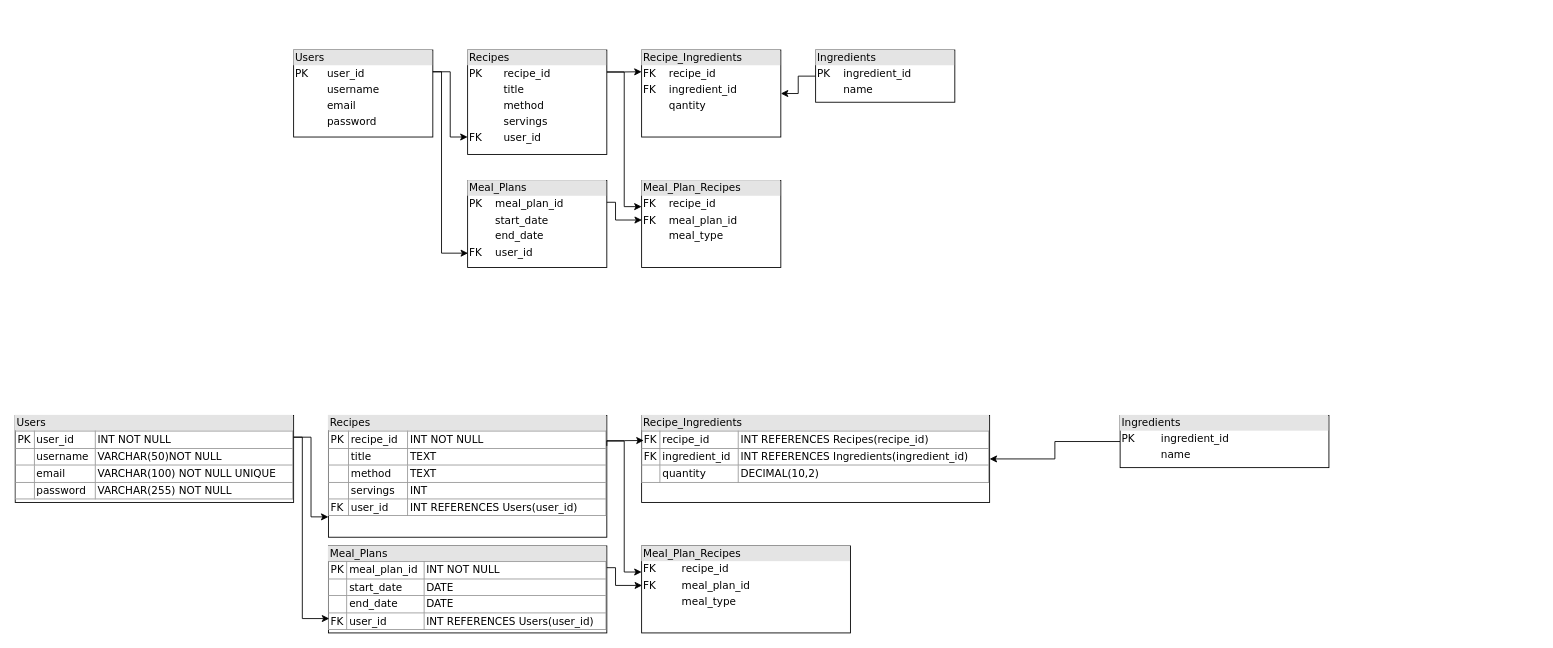
This is _documentation/MealPlanner.drawio from dmcneill15/IOD-Capstone-MealPlanner, a draw.io file, before an edit. Source tidied: cells renumbered, new cells numbered last; positions are measured from the earlier drawing's top-left corner, leaving out a move shared by most shapes. Both pictures are drawn from the tidied source at 87%, with x=0, y=0 at pixel (15, 50).
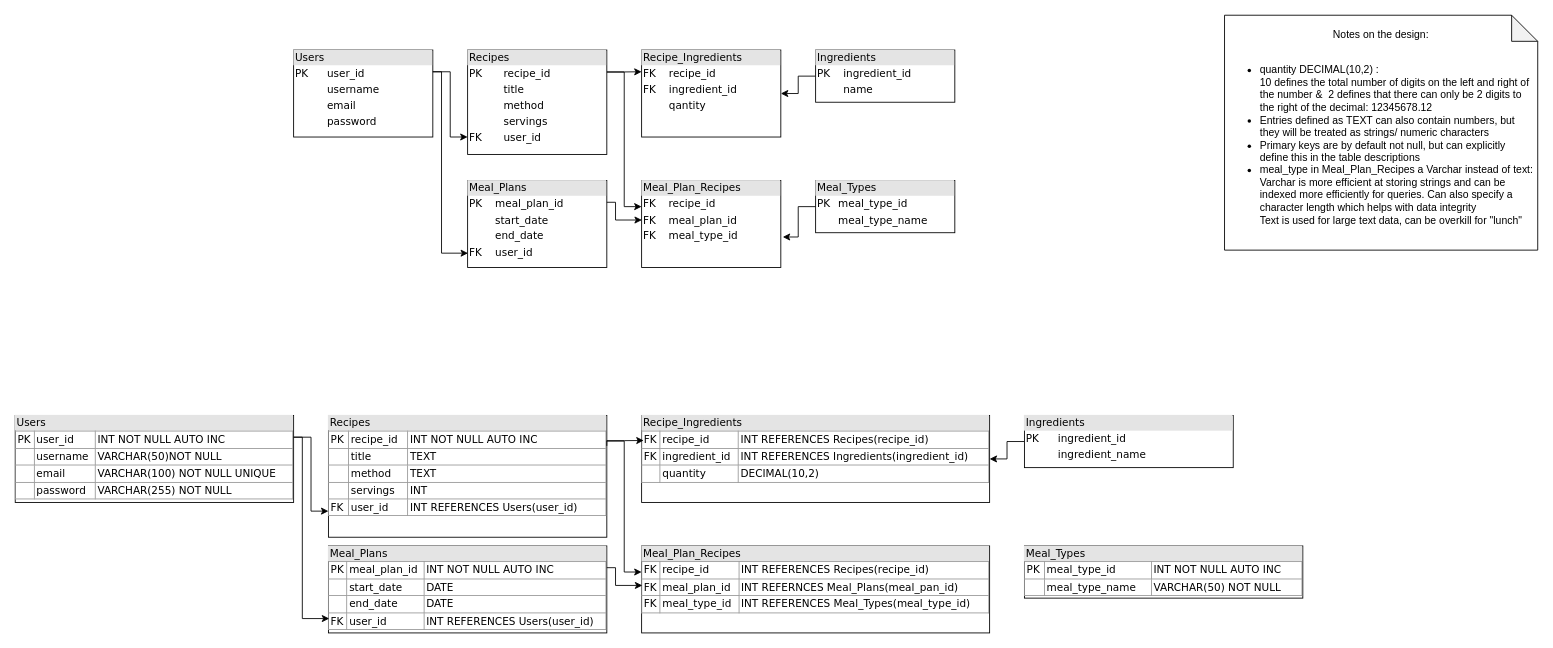
After the change.

Change to the diagram source:
```diff
@@
-    <mxCell id="10" value="&lt;div style=&quot;box-sizing: border-box ; width: 100% ; background: #e4e4e4 ; padding: 2px&quot;&gt;Meal_Plan_Recipes&lt;/div&gt;&lt;table style=&quot;width: 100% ; font-size: 1em&quot; cellpadding=&quot;2&quot; cellspacing=&quot;0&quot;&gt;&lt;tbody&gt;&lt;tr&gt;&lt;td&gt;FK&lt;/td&gt;&lt;td&gt;recipe_id&lt;/td&gt;&lt;/tr&gt;&lt;tr&gt;&lt;td&gt;FK&lt;/td&gt;&lt;td&gt;meal_plan_id&lt;/td&gt;&lt;/tr&gt;&lt;tr&gt;&lt;td&gt;&lt;br&gt;&lt;/td&gt;&lt;td&gt;meal_type&lt;/td&gt;&lt;/tr&gt;&lt;/tbody&gt;&lt;/table&gt;" style="verticalAlign=top;align=left;overflow=fill;html=1;rounded=0;shadow=0;comic=0;labelBackgroundColor=none;strokeWidth=1;fontFamily=Verdana;fontSize=12;" parent="1" vertex="1">
+    <mxCell id="10" value="&lt;div style=&quot;box-sizing: border-box ; width: 100% ; background: #e4e4e4 ; padding: 2px&quot;&gt;Meal_Plan_Recipes&lt;/div&gt;&lt;table style=&quot;width: 100% ; font-size: 1em&quot; cellpadding=&quot;2&quot; cellspacing=&quot;0&quot;&gt;&lt;tbody&gt;&lt;tr&gt;&lt;td&gt;FK&lt;/td&gt;&lt;td&gt;recipe_id&lt;/td&gt;&lt;/tr&gt;&lt;tr&gt;&lt;td&gt;FK&lt;/td&gt;&lt;td&gt;meal_plan_id&lt;/td&gt;&lt;/tr&gt;&lt;tr&gt;&lt;td&gt;FK&lt;/td&gt;&lt;td&gt;meal_type_id&lt;/td&gt;&lt;/tr&gt;&lt;/tbody&gt;&lt;/table&gt;" style="verticalAlign=top;align=left;overflow=fill;html=1;rounded=0;shadow=0;comic=0;labelBackgroundColor=none;strokeWidth=1;fontFamily=Verdana;fontSize=12;" parent="1" vertex="1">
       <mxGeometry x="720" y="150" width="160" height="100" as="geometry" />
     </mxCell>
@@
-    <mxCell id="14" value="&lt;div style=&quot;box-sizing: border-box ; width: 100% ; background: #e4e4e4 ; padding: 2px&quot;&gt;Users&lt;/div&gt;&lt;table border=&quot;1&quot; style=&quot;width: 100%; font-size: 1em; border: 1px solid rgb(153, 153, 153); border-collapse: collapse;&quot; cellpadding=&quot;2&quot; cellspacing=&quot;0&quot;&gt;&lt;tbody&gt;&lt;tr&gt;&lt;td&gt;PK&lt;/td&gt;&lt;td&gt;user_id&lt;/td&gt;&lt;td&gt;INT NOT NULL&lt;/td&gt;&lt;/tr&gt;&lt;tr&gt;&lt;td&gt;&lt;br&gt;&lt;/td&gt;&lt;td&gt;username&lt;/td&gt;&lt;td&gt;VARCHAR(50)NOT NULL&lt;/td&gt;&lt;/tr&gt;&lt;tr&gt;&lt;td&gt;&lt;/td&gt;&lt;td&gt;email&lt;/td&gt;&lt;td&gt;VARCHAR(100) NOT NULL UNIQUE&lt;/td&gt;&lt;/tr&gt;&lt;tr&gt;&lt;td&gt;&lt;br&gt;&lt;/td&gt;&lt;td&gt;password&lt;br&gt;&lt;/td&gt;&lt;td&gt;VARCHAR(255) NOT NULL&lt;/td&gt;&lt;/tr&gt;&lt;/tbody&gt;&lt;/table&gt;" style="verticalAlign=top;align=left;overflow=fill;html=1;rounded=0;shadow=0;comic=0;labelBackgroundColor=none;strokeWidth=1;fontFamily=Verdana;fontSize=12;" parent="1" vertex="1">
+    <mxCell id="14" value="&lt;div style=&quot;box-sizing: border-box ; width: 100% ; background: #e4e4e4 ; padding: 2px&quot;&gt;Users&lt;/div&gt;&lt;table border=&quot;1&quot; style=&quot;width: 100%; font-size: 1em; border: 1px solid rgb(153, 153, 153); border-collapse: collapse;&quot; cellpadding=&quot;2&quot; cellspacing=&quot;0&quot;&gt;&lt;tbody&gt;&lt;tr&gt;&lt;td&gt;PK&lt;/td&gt;&lt;td&gt;user_id&lt;/td&gt;&lt;td&gt;INT NOT NULL AUTO INC&lt;/td&gt;&lt;/tr&gt;&lt;tr&gt;&lt;td&gt;&lt;br&gt;&lt;/td&gt;&lt;td&gt;username&lt;/td&gt;&lt;td&gt;VARCHAR(50)NOT NULL&lt;/td&gt;&lt;/tr&gt;&lt;tr&gt;&lt;td&gt;&lt;/td&gt;&lt;td&gt;email&lt;/td&gt;&lt;td&gt;VARCHAR(100) NOT NULL UNIQUE&lt;/td&gt;&lt;/tr&gt;&lt;tr&gt;&lt;td&gt;&lt;br&gt;&lt;/td&gt;&lt;td&gt;password&lt;br&gt;&lt;/td&gt;&lt;td&gt;VARCHAR(255) NOT NULL&lt;/td&gt;&lt;/tr&gt;&lt;/tbody&gt;&lt;/table&gt;" style="verticalAlign=top;align=left;overflow=fill;html=1;rounded=0;shadow=0;comic=0;labelBackgroundColor=none;strokeWidth=1;fontFamily=Verdana;fontSize=12;" parent="1" vertex="1">
       <mxGeometry y="420" width="320" height="100" as="geometry" />
     </mxCell>
@@
-    <mxCell id="16" value="&lt;div style=&quot;box-sizing: border-box ; width: 100% ; background: #e4e4e4 ; padding: 2px&quot;&gt;Recipes&lt;/div&gt;&lt;table border=&quot;1&quot; style=&quot;width: 100%; font-size: 1em; border: 1px solid rgb(153, 153, 153); border-collapse: collapse;&quot; cellpadding=&quot;2&quot; cellspacing=&quot;0&quot;&gt;&lt;tbody&gt;&lt;tr&gt;&lt;td&gt;PK&lt;/td&gt;&lt;td&gt;recipe_id&lt;/td&gt;&lt;td&gt;INT NOT NULL&lt;/td&gt;&lt;/tr&gt;&lt;tr&gt;&lt;td&gt;&lt;br&gt;&lt;/td&gt;&lt;td&gt;title&lt;/td&gt;&lt;td&gt;TEXT&lt;/td&gt;&lt;/tr&gt;&lt;tr&gt;&lt;td&gt;&lt;/td&gt;&lt;td&gt;method&lt;/td&gt;&lt;td&gt;TEXT&lt;/td&gt;&lt;/tr&gt;&lt;tr&gt;&lt;td&gt;&lt;br&gt;&lt;/td&gt;&lt;td&gt;servings&lt;br&gt;&lt;/td&gt;&lt;td&gt;INT&lt;/td&gt;&lt;/tr&gt;&lt;tr&gt;&lt;td&gt;FK&lt;/td&gt;&lt;td&gt;user_id&lt;/td&gt;&lt;td&gt;INT REFERENCES Users(user_id)&lt;/td&gt;&lt;/tr&gt;&lt;/tbody&gt;&lt;/table&gt;" style="verticalAlign=top;align=left;overflow=fill;html=1;rounded=0;shadow=0;comic=0;labelBackgroundColor=none;strokeWidth=1;fontFamily=Verdana;fontSize=12;" parent="1" vertex="1">
+    <mxCell id="16" value="&lt;div style=&quot;box-sizing: border-box ; width: 100% ; background: #e4e4e4 ; padding: 2px&quot;&gt;Recipes&lt;/div&gt;&lt;table border=&quot;1&quot; style=&quot;width: 100%; font-size: 1em; border: 1px solid rgb(153, 153, 153); border-collapse: collapse;&quot; cellpadding=&quot;2&quot; cellspacing=&quot;0&quot;&gt;&lt;tbody&gt;&lt;tr&gt;&lt;td&gt;PK&lt;/td&gt;&lt;td&gt;recipe_id&lt;/td&gt;&lt;td&gt;INT NOT NULL AUTO INC&lt;/td&gt;&lt;/tr&gt;&lt;tr&gt;&lt;td&gt;&lt;br&gt;&lt;/td&gt;&lt;td&gt;title&lt;/td&gt;&lt;td&gt;TEXT&lt;/td&gt;&lt;/tr&gt;&lt;tr&gt;&lt;td&gt;&lt;/td&gt;&lt;td&gt;method&lt;/td&gt;&lt;td&gt;TEXT&lt;/td&gt;&lt;/tr&gt;&lt;tr&gt;&lt;td&gt;&lt;br&gt;&lt;/td&gt;&lt;td&gt;servings&lt;br&gt;&lt;/td&gt;&lt;td&gt;INT&lt;/td&gt;&lt;/tr&gt;&lt;tr&gt;&lt;td&gt;FK&lt;/td&gt;&lt;td&gt;user_id&lt;/td&gt;&lt;td&gt;INT REFERENCES Users(user_id)&lt;/td&gt;&lt;/tr&gt;&lt;/tbody&gt;&lt;/table&gt;" style="verticalAlign=top;align=left;overflow=fill;html=1;rounded=0;shadow=0;comic=0;labelBackgroundColor=none;strokeWidth=1;fontFamily=Verdana;fontSize=12;" parent="1" vertex="1">
       <mxGeometry x="360" y="420" width="320" height="140" as="geometry" />
     </mxCell>
-    <mxCell id="17" value="&lt;div style=&quot;box-sizing: border-box ; width: 100% ; background: #e4e4e4 ; padding: 2px&quot;&gt;Meal_Plans&lt;/div&gt;&lt;table border=&quot;1&quot; style=&quot;width: 100%; font-size: 1em; border: 1px solid rgb(153, 153, 153); border-collapse: collapse;&quot; cellpadding=&quot;2&quot; cellspacing=&quot;0&quot;&gt;&lt;tbody&gt;&lt;tr&gt;&lt;td&gt;PK&lt;/td&gt;&lt;td&gt;meal_plan_id&lt;/td&gt;&lt;td&gt;INT NOT NULL&lt;/td&gt;&lt;/tr&gt;&lt;tr&gt;&lt;td&gt;&lt;br&gt;&lt;/td&gt;&lt;td&gt;start_date&lt;/td&gt;&lt;td&gt;DATE&lt;/td&gt;&lt;/tr&gt;&lt;tr&gt;&lt;td&gt;&lt;/td&gt;&lt;td&gt;end_date&lt;/td&gt;&lt;td&gt;DATE&lt;/td&gt;&lt;/tr&gt;&lt;tr&gt;&lt;td&gt;FK&lt;/td&gt;&lt;td&gt;user_id&lt;/td&gt;&lt;td&gt;INT REFERENCES Users(user_id)&lt;br&gt;&lt;/td&gt;&lt;/tr&gt;&lt;/tbody&gt;&lt;/table&gt;" style="verticalAlign=top;align=left;overflow=fill;html=1;rounded=0;shadow=0;comic=0;labelBackgroundColor=none;strokeWidth=1;fontFamily=Verdana;fontSize=12;" parent="1" vertex="1">
+    <mxCell id="17" value="&lt;div style=&quot;box-sizing: border-box ; width: 100% ; background: #e4e4e4 ; padding: 2px&quot;&gt;Meal_Plans&lt;/div&gt;&lt;table border=&quot;1&quot; style=&quot;width: 100%; font-size: 1em; border: 1px solid rgb(153, 153, 153); border-collapse: collapse;&quot; cellpadding=&quot;2&quot; cellspacing=&quot;0&quot;&gt;&lt;tbody&gt;&lt;tr&gt;&lt;td&gt;PK&lt;/td&gt;&lt;td&gt;meal_plan_id&lt;/td&gt;&lt;td&gt;INT NOT NULL AUTO INC&lt;/td&gt;&lt;/tr&gt;&lt;tr&gt;&lt;td&gt;&lt;br&gt;&lt;/td&gt;&lt;td&gt;start_date&lt;/td&gt;&lt;td&gt;DATE&lt;/td&gt;&lt;/tr&gt;&lt;tr&gt;&lt;td&gt;&lt;/td&gt;&lt;td&gt;end_date&lt;/td&gt;&lt;td&gt;DATE&lt;/td&gt;&lt;/tr&gt;&lt;tr&gt;&lt;td&gt;FK&lt;/td&gt;&lt;td&gt;user_id&lt;/td&gt;&lt;td&gt;INT REFERENCES Users(user_id)&lt;br&gt;&lt;/td&gt;&lt;/tr&gt;&lt;/tbody&gt;&lt;/table&gt;" style="verticalAlign=top;align=left;overflow=fill;html=1;rounded=0;shadow=0;comic=0;labelBackgroundColor=none;strokeWidth=1;fontFamily=Verdana;fontSize=12;" parent="1" vertex="1">
       <mxGeometry x="360" y="570" width="320" height="100" as="geometry" />
     </mxCell>
@@
-    <mxCell id="19" value="&lt;div style=&quot;box-sizing: border-box ; width: 100% ; background: #e4e4e4 ; padding: 2px&quot;&gt;Ingredients&lt;/div&gt;&lt;table style=&quot;width: 100% ; font-size: 1em&quot; cellpadding=&quot;2&quot; cellspacing=&quot;0&quot;&gt;&lt;tbody&gt;&lt;tr&gt;&lt;td&gt;PK&lt;/td&gt;&lt;td&gt;ingredient_id&lt;/td&gt;&lt;/tr&gt;&lt;tr&gt;&lt;td&gt;&lt;br&gt;&lt;/td&gt;&lt;td&gt;name&lt;/td&gt;&lt;/tr&gt;&lt;/tbody&gt;&lt;/table&gt;" style="verticalAlign=top;align=left;overflow=fill;html=1;rounded=0;shadow=0;comic=0;labelBackgroundColor=none;strokeWidth=1;fontFamily=Verdana;fontSize=12;" parent="1" vertex="1">
-      <mxGeometry x="1270" y="420" width="240" height="60" as="geometry" />
+    <mxCell id="19" value="&lt;div style=&quot;box-sizing: border-box ; width: 100% ; background: #e4e4e4 ; padding: 2px&quot;&gt;Ingredients&lt;/div&gt;&lt;table style=&quot;width: 100% ; font-size: 1em&quot; cellpadding=&quot;2&quot; cellspacing=&quot;0&quot;&gt;&lt;tbody&gt;&lt;tr&gt;&lt;td&gt;PK&lt;/td&gt;&lt;td&gt;ingredient_id&lt;/td&gt;&lt;/tr&gt;&lt;tr&gt;&lt;td&gt;&lt;br&gt;&lt;/td&gt;&lt;td&gt;ingredient_name&lt;/td&gt;&lt;/tr&gt;&lt;/tbody&gt;&lt;/table&gt;" style="verticalAlign=top;align=left;overflow=fill;html=1;rounded=0;shadow=0;comic=0;labelBackgroundColor=none;strokeWidth=1;fontFamily=Verdana;fontSize=12;" parent="1" vertex="1">
+      <mxGeometry x="1160" y="420" width="240" height="60" as="geometry" />
     </mxCell>
@@
-    <mxCell id="21" value="&lt;div style=&quot;box-sizing: border-box ; width: 100% ; background: #e4e4e4 ; padding: 2px&quot;&gt;Meal_Plan_Recipes&lt;/div&gt;&lt;table style=&quot;width: 100% ; font-size: 1em&quot; cellpadding=&quot;2&quot; cellspacing=&quot;0&quot;&gt;&lt;tbody&gt;&lt;tr&gt;&lt;td&gt;FK&lt;/td&gt;&lt;td&gt;recipe_id&lt;/td&gt;&lt;/tr&gt;&lt;tr&gt;&lt;td&gt;FK&lt;/td&gt;&lt;td&gt;meal_plan_id&lt;/td&gt;&lt;/tr&gt;&lt;tr&gt;&lt;td&gt;&lt;br&gt;&lt;/td&gt;&lt;td&gt;meal_type&lt;/td&gt;&lt;/tr&gt;&lt;/tbody&gt;&lt;/table&gt;" style="verticalAlign=top;align=left;overflow=fill;html=1;rounded=0;shadow=0;comic=0;labelBackgroundColor=none;strokeWidth=1;fontFamily=Verdana;fontSize=12;" parent="1" vertex="1">
-      <mxGeometry x="720" y="570" width="240" height="100" as="geometry" />
+    <mxCell id="21" value="&lt;div style=&quot;box-sizing: border-box ; width: 100% ; background: #e4e4e4 ; padding: 2px&quot;&gt;Meal_Plan_Recipes&lt;/div&gt;&lt;table border=&quot;1&quot; style=&quot;width: 100%; font-size: 1em; border: 1px solid rgb(153, 153, 153); border-collapse: collapse;&quot; cellpadding=&quot;2&quot; cellspacing=&quot;0&quot;&gt;&lt;tbody&gt;&lt;tr&gt;&lt;td&gt;FK&lt;/td&gt;&lt;td&gt;recipe_id&lt;/td&gt;&lt;td&gt;INT REFERENCES Recipes(recipe_id)&lt;/td&gt;&lt;/tr&gt;&lt;tr&gt;&lt;td&gt;FK&lt;/td&gt;&lt;td&gt;meal_plan_id&lt;/td&gt;&lt;td&gt;INT REFERNCES Meal_Plans(meal_pan_id)&lt;/td&gt;&lt;/tr&gt;&lt;tr&gt;&lt;td&gt;FK&lt;/td&gt;&lt;td&gt;meal_type_id&lt;/td&gt;&lt;td&gt;INT REFERENCES Meal_Types(meal_type_id)&lt;/td&gt;&lt;/tr&gt;&lt;/tbody&gt;&lt;/table&gt;" style="verticalAlign=top;align=left;overflow=fill;html=1;rounded=0;shadow=0;comic=0;labelBackgroundColor=none;strokeWidth=1;fontFamily=Verdana;fontSize=12;" parent="1" vertex="1">
+      <mxGeometry x="720" y="570" width="400" height="100" as="geometry" />
     </mxCell>
-    <mxCell id="22" style="edgeStyle=orthogonalEdgeStyle;rounded=0;jettySize=auto;html=1;exitX=1;exitY=0.25;exitDx=0;exitDy=0;entryX=0;entryY=0.833;entryDx=0;entryDy=0;entryPerimeter=0;" parent="1" edge="1" source="14" target="16">
+    <mxCell id="22" style="edgeStyle=orthogonalEdgeStyle;rounded=0;jettySize=auto;html=1;exitX=1;exitY=0.25;exitDx=0;exitDy=0;" parent="1" edge="1" source="14" target="16">
       <mxGeometry relative="1" as="geometry">
         <Array as="points">
           <mxPoint x="340" y="445" />
-          <mxPoint x="340" y="537" />
+          <mxPoint x="340" y="530" />
         </Array>
       </mxGeometry>
     </mxCell>
@@
+    <mxCell id="26" value="Notes on the design:&lt;div&gt;&lt;br&gt;&lt;div style=&quot;text-align: left;&quot;&gt;&lt;ul&gt;&lt;li&gt;quantity DECIMAL(10,2) : &lt;br&gt;10 defines the total number of digits on the left and right of the number &amp;amp;&amp;nbsp; 2 defines that there can only be 2 digits to the right of the decimal: 12345678.12&lt;/li&gt;&lt;li&gt;Entries defined as TEXT can also contain numbers, but they will be treated as strings/ numeric characters&lt;/li&gt;&lt;li&gt;Primary keys are by default not null, but can explicitly define this in the table descriptions&lt;/li&gt;&lt;li&gt;meal_type in Meal_Plan_Recipes a Varchar instead of text:&lt;br&gt;Varchar is more efficient at storing strings and can be indexed more efficiently for queries. Can also specify a character length which helps with data integrity&lt;br&gt;Text is used for large text data, can be overkill for &quot;lunch&quot;&lt;br&gt;&lt;/li&gt;&lt;/ul&gt;&lt;/div&gt;&lt;/div&gt;" style="shape=note;whiteSpace=wrap;html=1;backgroundOutline=1;darkOpacity=0.05;" parent="1" vertex="1">
+      <mxGeometry x="1390" y="-40" width="360" height="270" as="geometry" />
+    </mxCell>
+    <mxCell id="27" value="&lt;div style=&quot;box-sizing: border-box ; width: 100% ; background: #e4e4e4 ; padding: 2px&quot;&gt;Meal_Types&lt;/div&gt;&lt;table border=&quot;1&quot; style=&quot;width: 100%; font-size: 1em; border: 1px solid rgb(153, 153, 153); border-collapse: collapse;&quot; cellpadding=&quot;2&quot; cellspacing=&quot;0&quot;&gt;&lt;tbody&gt;&lt;tr&gt;&lt;td&gt;PK&lt;/td&gt;&lt;td&gt;meal_type_id&lt;/td&gt;&lt;td&gt;INT NOT NULL AUTO INC&lt;/td&gt;&lt;/tr&gt;&lt;tr&gt;&lt;td&gt;&lt;br&gt;&lt;/td&gt;&lt;td&gt;meal_type_name&lt;/td&gt;&lt;td&gt;VARCHAR(50) NOT NULL&lt;/td&gt;&lt;/tr&gt;&lt;/tbody&gt;&lt;/table&gt;" style="verticalAlign=top;align=left;overflow=fill;html=1;rounded=0;shadow=0;comic=0;labelBackgroundColor=none;strokeWidth=1;fontFamily=Verdana;fontSize=12;" parent="1" vertex="1">
+      <mxGeometry x="1160" y="570" width="320" height="60" as="geometry" />
+    </mxCell>
+    <mxCell id="28" value="&lt;div style=&quot;box-sizing: border-box ; width: 100% ; background: #e4e4e4 ; padding: 2px&quot;&gt;Meal_Types&lt;/div&gt;&lt;table style=&quot;width: 100% ; font-size: 1em&quot; cellpadding=&quot;2&quot; cellspacing=&quot;0&quot;&gt;&lt;tbody&gt;&lt;tr&gt;&lt;td&gt;PK&lt;/td&gt;&lt;td&gt;meal_type_id&lt;/td&gt;&lt;/tr&gt;&lt;tr&gt;&lt;td&gt;&lt;br&gt;&lt;/td&gt;&lt;td&gt;meal_type_name&lt;/td&gt;&lt;/tr&gt;&lt;/tbody&gt;&lt;/table&gt;" style="verticalAlign=top;align=left;overflow=fill;html=1;rounded=0;shadow=0;comic=0;labelBackgroundColor=none;strokeWidth=1;fontFamily=Verdana;fontSize=12;" parent="1" vertex="1">
+      <mxGeometry x="920" y="150" width="160" height="60" as="geometry" />
+    </mxCell>
+    <mxCell id="29" style="edgeStyle=orthogonalEdgeStyle;rounded=0;jettySize=auto;html=1;exitX=0;exitY=0.5;exitDx=0;exitDy=0;entryX=1.014;entryY=0.649;entryDx=0;entryDy=0;entryPerimeter=0;" parent="1" edge="1" source="28" target="10">
+      <mxGeometry relative="1" as="geometry" />
+    </mxCell>
```
